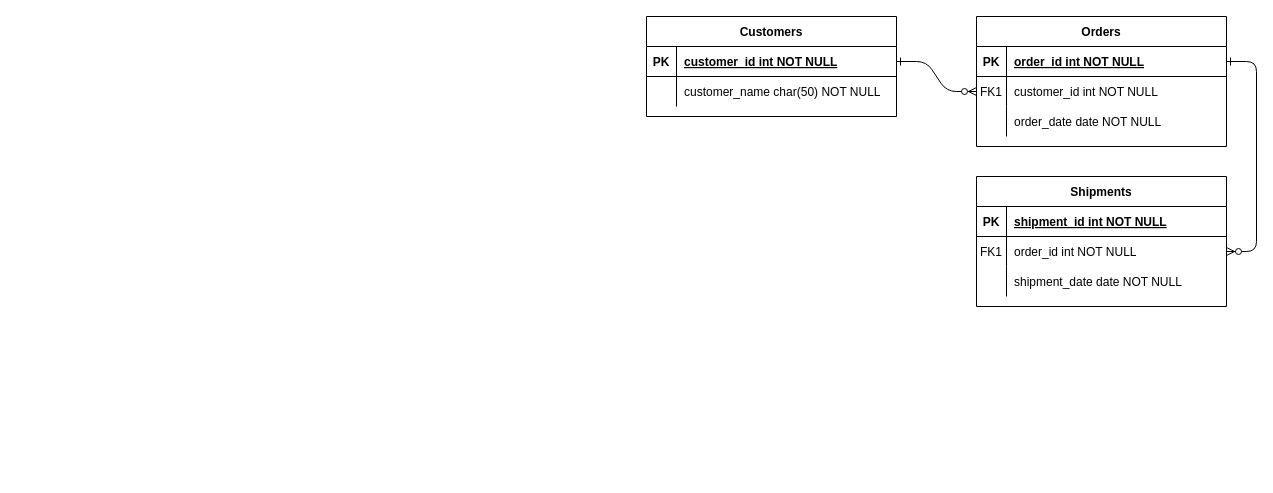
Before: diagram/dashb_er2.drawio in numnimjun/diagram, a draw.io diagram. Source tidied: cells renumbered, new cells numbered last; positions are measured from the earlier drawing's top-left corner, leaving out a move shared by most shapes. Both pictures are drawn from the tidied source at 100%, with x=0, y=0 at pixel (646, 16).
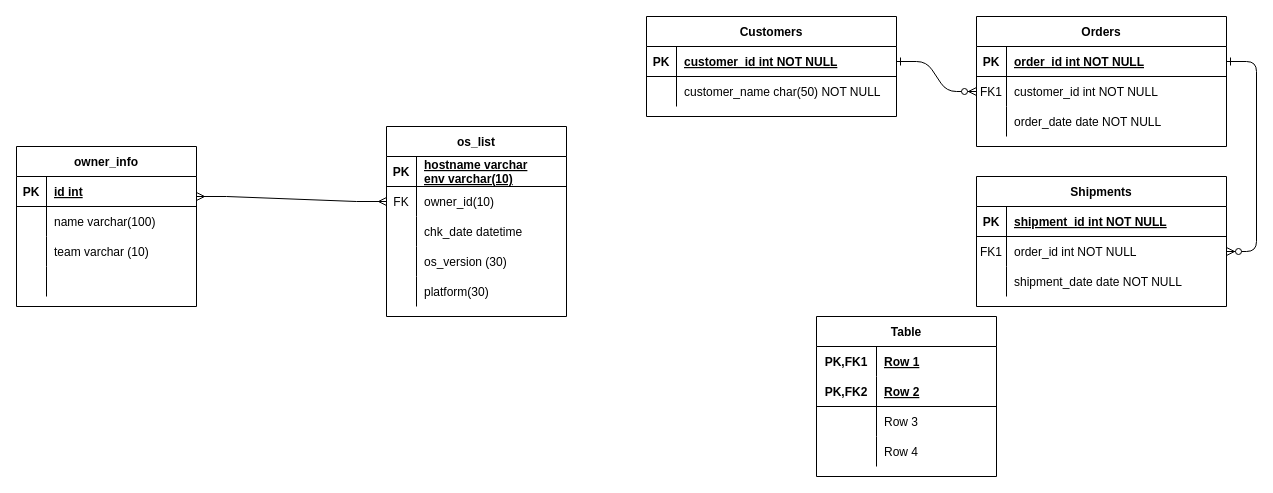
The same page after the edit.

What changed in the source:
```diff
@@
+    <mxCell id="31" value="owner_info" style="shape=table;startSize=30;childLayout=tableLayout;rowLines=0;fontStyle=1;align=center;" parent="1" vertex="1">
+      <mxGeometry x="-630" y="130" width="180" height="160" as="geometry" />
+    </mxCell>
+    <mxCell id="32" style="shape=tableRow;horizontal=0;startSize=0;swimlaneHead=0;swimlaneBody=0;fillColor=none;top=0;left=0;right=0;bottom=1;" parent="31" vertex="1">
+      <mxGeometry y="30" width="180" height="30" as="geometry" />
+    </mxCell>
+    <mxCell id="33" value="PK" style="shape=partialRectangle;fillColor=none;top=0;left=0;bottom=0;right=0;fontStyle=1;overflow=hidden;" parent="32" vertex="1">
+      <mxGeometry width="30" height="30" as="geometry" />
+    </mxCell>
+    <mxCell id="34" value="id int" style="shape=partialRectangle;fillColor=none;top=0;left=0;bottom=0;right=0;align=left;spacingLeft=6;fontStyle=5;overflow=hidden;" parent="32" vertex="1">
+      <mxGeometry x="30" width="150" height="30" as="geometry" />
+    </mxCell>
+    <mxCell id="35" style="shape=tableRow;horizontal=0;startSize=0;swimlaneHead=0;swimlaneBody=0;fillColor=none;top=0;left=0;right=0;bottom=0;" parent="31" vertex="1">
+      <mxGeometry y="60" width="180" height="30" as="geometry" />
+    </mxCell>
+    <mxCell id="36" style="shape=partialRectangle;fillColor=none;top=0;left=0;bottom=0;right=0;overflow=hidden;" parent="35" vertex="1">
+      <mxGeometry width="30" height="30" as="geometry" />
+    </mxCell>
+    <mxCell id="37" value="name varchar(100)" style="shape=partialRectangle;fillColor=none;top=0;left=0;bottom=0;right=0;align=left;spacingLeft=6;overflow=hidden;" parent="35" vertex="1">
+      <mxGeometry x="30" width="150" height="30" as="geometry" />
+    </mxCell>
+    <mxCell id="38" style="shape=tableRow;horizontal=0;startSize=0;swimlaneHead=0;swimlaneBody=0;fillColor=none;top=0;left=0;right=0;bottom=0;" parent="31" vertex="1">
+      <mxGeometry y="90" width="180" height="30" as="geometry" />
+    </mxCell>
+    <mxCell id="39" style="shape=partialRectangle;fillColor=none;top=0;left=0;bottom=0;right=0;overflow=hidden;" parent="38" vertex="1">
+      <mxGeometry width="30" height="30" as="geometry" />
+    </mxCell>
+    <mxCell id="40" value="team varchar (10)" style="shape=partialRectangle;fillColor=none;top=0;left=0;bottom=0;right=0;align=left;spacingLeft=6;overflow=hidden;" parent="38" vertex="1">
+      <mxGeometry x="30" width="150" height="30" as="geometry" />
+    </mxCell>
+    <mxCell id="41" style="shape=tableRow;horizontal=0;startSize=0;swimlaneHead=0;swimlaneBody=0;fillColor=none;top=0;left=0;right=0;bottom=0;" parent="31" vertex="1">
+      <mxGeometry y="120" width="180" height="30" as="geometry" />
+    </mxCell>
+    <mxCell id="42" style="shape=partialRectangle;fillColor=none;top=0;left=0;bottom=0;right=0;overflow=hidden;" parent="41" vertex="1">
+      <mxGeometry width="30" height="30" as="geometry" />
+    </mxCell>
+    <mxCell id="43" style="shape=partialRectangle;fillColor=none;top=0;left=0;bottom=0;right=0;align=left;spacingLeft=6;overflow=hidden;" parent="41" vertex="1">
+      <mxGeometry x="30" width="150" height="30" as="geometry" />
+    </mxCell>
+    <mxCell id="44" value="Table" style="shape=table;startSize=30;childLayout=tableLayout;rowLines=0;fontStyle=1;align=center;" parent="1" vertex="1">
+      <mxGeometry x="170" y="300" width="180" height="160" as="geometry" />
+    </mxCell>
+    <mxCell id="45" style="shape=tableRow;horizontal=0;startSize=0;swimlaneHead=0;swimlaneBody=0;fillColor=none;top=0;left=0;right=0;bottom=0;" parent="44" vertex="1">
+      <mxGeometry y="30" width="180" height="30" as="geometry" />
+    </mxCell>
+    <mxCell id="46" value="PK,FK1" style="shape=partialRectangle;fillColor=none;top=0;left=0;bottom=0;right=0;fontStyle=1;overflow=hidden;" parent="45" vertex="1">
+      <mxGeometry width="60" height="30" as="geometry" />
+    </mxCell>
+    <mxCell id="47" value="Row 1" style="shape=partialRectangle;fillColor=none;top=0;left=0;bottom=0;right=0;align=left;spacingLeft=6;fontStyle=5;overflow=hidden;" parent="45" vertex="1">
+      <mxGeometry x="60" width="120" height="30" as="geometry" />
+    </mxCell>
+    <mxCell id="48" style="shape=tableRow;horizontal=0;startSize=0;swimlaneHead=0;swimlaneBody=0;fillColor=none;top=0;left=0;right=0;bottom=1;" parent="44" vertex="1">
+      <mxGeometry y="60" width="180" height="30" as="geometry" />
+    </mxCell>
+    <mxCell id="49" value="PK,FK2" style="shape=partialRectangle;fillColor=none;top=0;left=0;bottom=0;right=0;fontStyle=1;overflow=hidden;" parent="48" vertex="1">
+      <mxGeometry width="60" height="30" as="geometry" />
+    </mxCell>
+    <mxCell id="50" value="Row 2" style="shape=partialRectangle;fillColor=none;top=0;left=0;bottom=0;right=0;align=left;spacingLeft=6;fontStyle=5;overflow=hidden;" parent="48" vertex="1">
+      <mxGeometry x="60" width="120" height="30" as="geometry" />
+    </mxCell>
+    <mxCell id="51" style="shape=tableRow;horizontal=0;startSize=0;swimlaneHead=0;swimlaneBody=0;fillColor=none;top=0;left=0;right=0;bottom=0;" parent="44" vertex="1">
+      <mxGeometry y="90" width="180" height="30" as="geometry" />
+    </mxCell>
+    <mxCell id="52" style="shape=partialRectangle;fillColor=none;top=0;left=0;bottom=0;right=0;overflow=hidden;" parent="51" vertex="1">
+      <mxGeometry width="60" height="30" as="geometry" />
+    </mxCell>
+    <mxCell id="53" value="Row 3" style="shape=partialRectangle;fillColor=none;top=0;left=0;bottom=0;right=0;align=left;spacingLeft=6;overflow=hidden;" parent="51" vertex="1">
+      <mxGeometry x="60" width="120" height="30" as="geometry" />
+    </mxCell>
+    <mxCell id="54" style="shape=tableRow;horizontal=0;startSize=0;swimlaneHead=0;swimlaneBody=0;fillColor=none;top=0;left=0;right=0;bottom=0;" parent="44" vertex="1">
+      <mxGeometry y="120" width="180" height="30" as="geometry" />
+    </mxCell>
+    <mxCell id="55" style="shape=partialRectangle;fillColor=none;top=0;left=0;bottom=0;right=0;overflow=hidden;" parent="54" vertex="1">
+      <mxGeometry width="60" height="30" as="geometry" />
+    </mxCell>
+    <mxCell id="56" value="Row 4" style="shape=partialRectangle;fillColor=none;top=0;left=0;bottom=0;right=0;align=left;spacingLeft=6;overflow=hidden;" parent="54" vertex="1">
+      <mxGeometry x="60" width="120" height="30" as="geometry" />
+    </mxCell>
+    <mxCell id="57" value="os_list" style="shape=table;startSize=30;childLayout=tableLayout;rowLines=0;fontStyle=1;align=center;" parent="1" vertex="1">
+      <mxGeometry x="-260" y="110" width="180" height="190" as="geometry" />
+    </mxCell>
+    <mxCell id="58" style="shape=tableRow;horizontal=0;startSize=0;swimlaneHead=0;swimlaneBody=0;fillColor=none;top=0;left=0;right=0;bottom=1;" parent="57" vertex="1">
+      <mxGeometry y="30" width="180" height="30" as="geometry" />
+    </mxCell>
+    <mxCell id="59" value="PK" style="shape=partialRectangle;fillColor=none;top=0;left=0;bottom=0;right=0;fontStyle=1;overflow=hidden;" parent="58" vertex="1">
+      <mxGeometry width="30" height="30" as="geometry" />
+    </mxCell>
+    <mxCell id="60" value="hostname varchar&#10;env varchar(10)" style="shape=partialRectangle;fillColor=none;top=0;left=0;bottom=0;right=0;align=left;spacingLeft=6;fontStyle=5;overflow=hidden;" parent="58" vertex="1">
+      <mxGeometry x="30" width="150" height="30" as="geometry" />
+    </mxCell>
+    <mxCell id="61" style="shape=tableRow;horizontal=0;startSize=0;swimlaneHead=0;swimlaneBody=0;fillColor=none;points=[[0,0.5],[1,0.5]];portConstraint=eastwest;top=0;left=0;right=0;bottom=0;" parent="57" vertex="1">
+      <mxGeometry y="60" width="180" height="30" as="geometry" />
+    </mxCell>
+    <mxCell id="62" value="FK" style="shape=partialRectangle;fillColor=none;top=0;left=0;bottom=0;right=0;fontStyle=0;overflow=hidden;" parent="61" vertex="1">
+      <mxGeometry width="30" height="30" as="geometry" />
+    </mxCell>
+    <mxCell id="63" value="owner_id(10)" style="shape=partialRectangle;fillColor=none;top=0;left=0;bottom=0;right=0;align=left;spacingLeft=6;fontStyle=0;overflow=hidden;" parent="61" vertex="1">
+      <mxGeometry x="30" width="150" height="30" as="geometry" />
+    </mxCell>
+    <mxCell id="64" style="shape=tableRow;horizontal=0;startSize=0;swimlaneHead=0;swimlaneBody=0;fillColor=none;top=0;left=0;right=0;bottom=0;" parent="57" vertex="1">
+      <mxGeometry y="90" width="180" height="30" as="geometry" />
+    </mxCell>
+    <mxCell id="65" style="shape=partialRectangle;fillColor=none;top=0;left=0;bottom=0;right=0;overflow=hidden;" parent="64" vertex="1">
+      <mxGeometry width="30" height="30" as="geometry" />
+    </mxCell>
+    <mxCell id="66" value="chk_date datetime" style="shape=partialRectangle;fillColor=none;top=0;left=0;bottom=0;right=0;align=left;spacingLeft=6;overflow=hidden;" parent="64" vertex="1">
+      <mxGeometry x="30" width="150" height="30" as="geometry" />
+    </mxCell>
+    <mxCell id="67" style="shape=tableRow;horizontal=0;startSize=0;swimlaneHead=0;swimlaneBody=0;fillColor=none;top=0;left=0;right=0;bottom=0;" parent="57" vertex="1">
+      <mxGeometry y="120" width="180" height="30" as="geometry" />
+    </mxCell>
+    <mxCell id="68" style="shape=partialRectangle;fillColor=none;top=0;left=0;bottom=0;right=0;overflow=hidden;" parent="67" vertex="1">
+      <mxGeometry width="30" height="30" as="geometry" />
+    </mxCell>
+    <mxCell id="69" value="os_version (30)" style="shape=partialRectangle;fillColor=none;top=0;left=0;bottom=0;right=0;align=left;spacingLeft=6;overflow=hidden;" parent="67" vertex="1">
+      <mxGeometry x="30" width="150" height="30" as="geometry" />
+    </mxCell>
+    <mxCell id="70" style="shape=tableRow;horizontal=0;startSize=0;swimlaneHead=0;swimlaneBody=0;fillColor=none;top=0;left=0;right=0;bottom=0;" parent="57" vertex="1">
+      <mxGeometry y="150" width="180" height="30" as="geometry" />
+    </mxCell>
+    <mxCell id="71" style="shape=partialRectangle;fillColor=none;top=0;left=0;bottom=0;right=0;overflow=hidden;" parent="70" vertex="1">
+      <mxGeometry width="30" height="30" as="geometry" />
+    </mxCell>
+    <mxCell id="72" value="platform(30)" style="shape=partialRectangle;fillColor=none;top=0;left=0;bottom=0;right=0;align=left;spacingLeft=6;overflow=hidden;" parent="70" vertex="1">
+      <mxGeometry x="30" width="150" height="30" as="geometry" />
+    </mxCell>
+    <mxCell id="73" style="edgeStyle=entityRelationEdgeStyle;fontSize=12;html=1;endArrow=ERmany;startArrow=ERmany;rounded=0;entryX=0;entryY=0.5;entryDx=0;entryDy=0;" parent="1" edge="1" target="61">
+      <mxGeometry relative="1" as="geometry">
+        <mxPoint x="-450" y="180" as="sourcePoint" />
+      </mxGeometry>
+    </mxCell>
```
